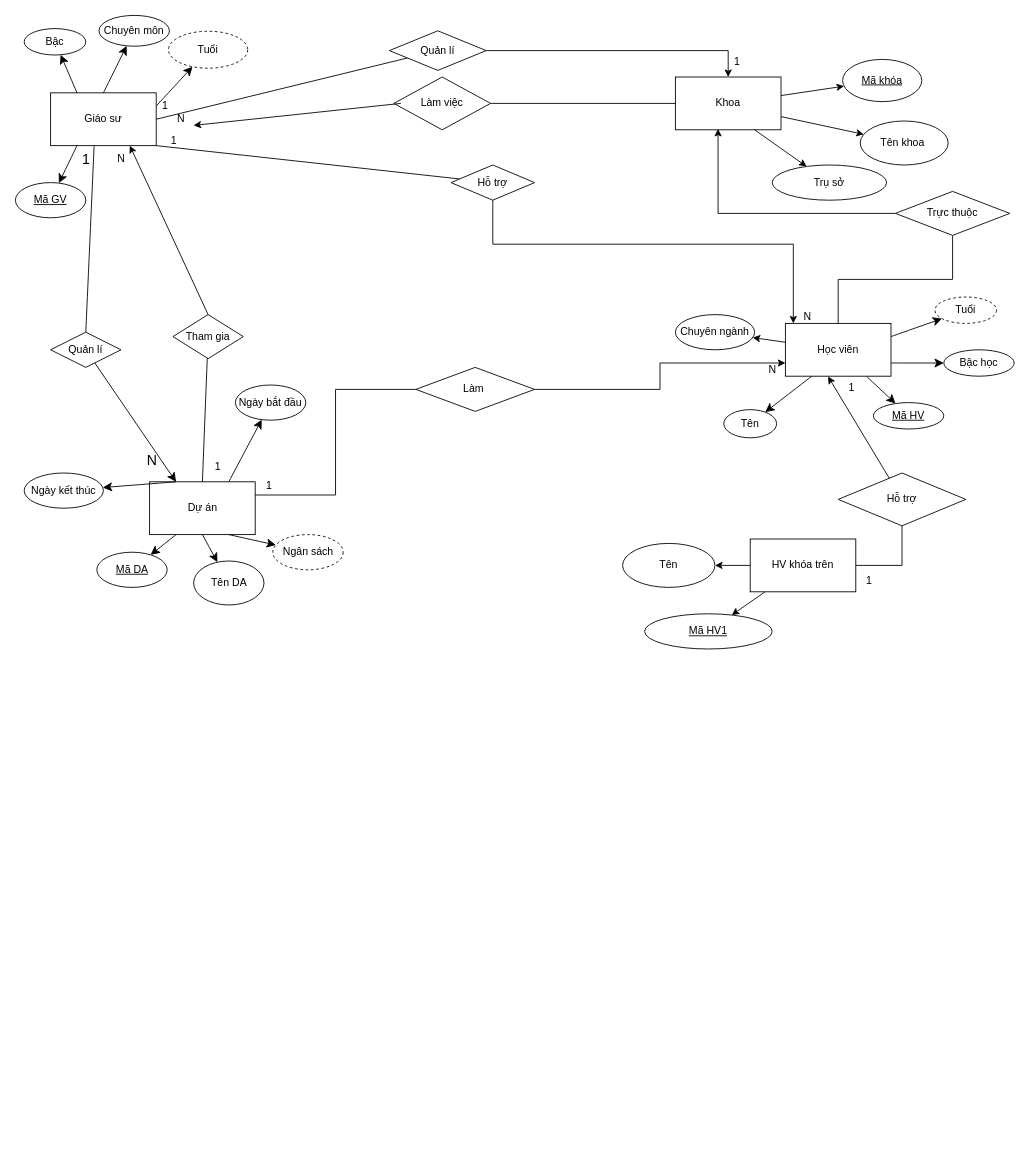
This is Biểu đồ không có tiêu đề.drawio from nqminh11605/hine16.github.io, a draw.io file, before an edit. Source tidied: cells renumbered, new cells numbered last; positions are measured from the earlier drawing's top-left corner, leaving out a move shared by most shapes. Both pictures are drawn from the tidied source at 88%, with x=0, y=0 at pixel (15, 15).
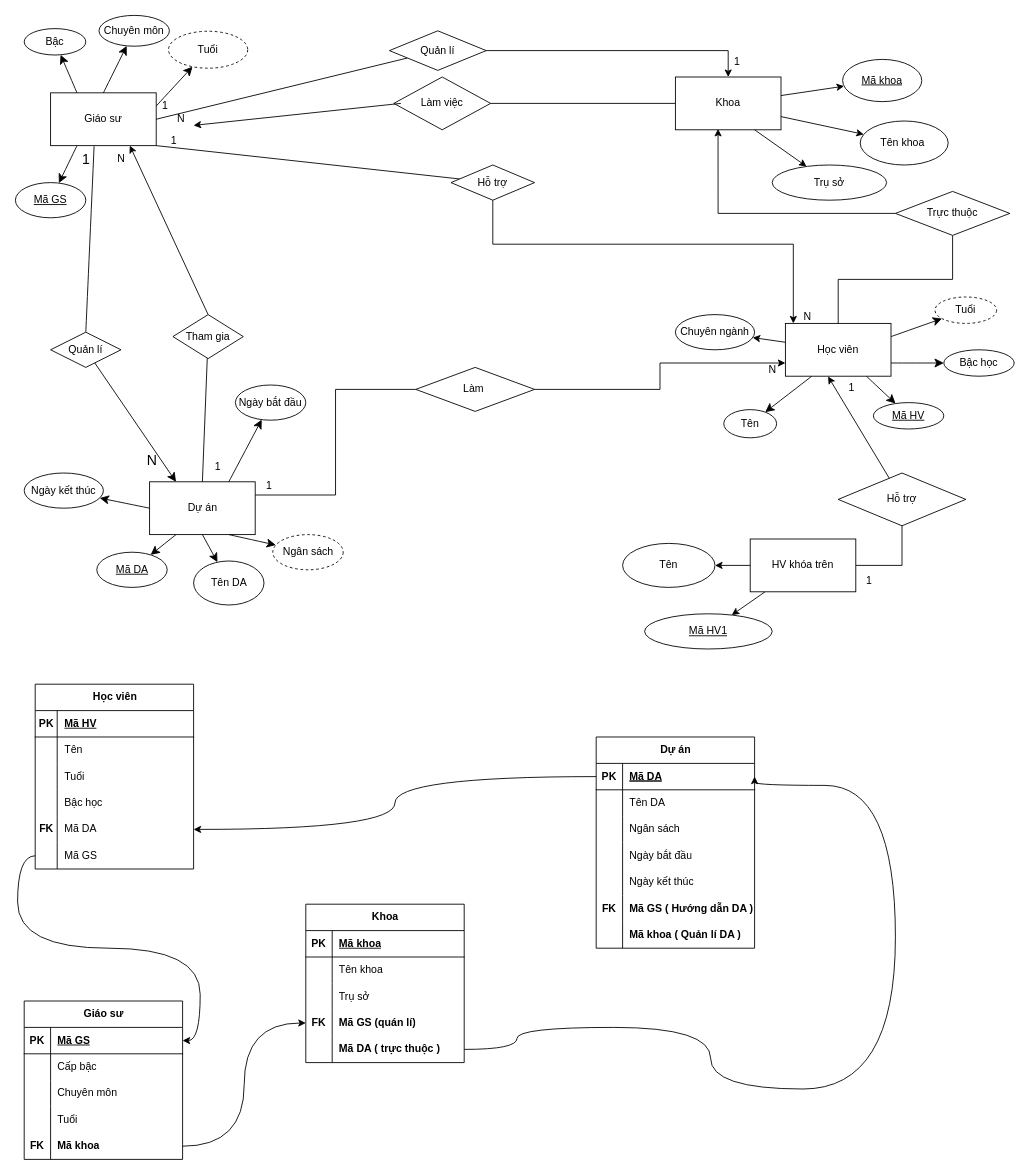
After the change.

Commit message:
Cập nhật Biểu đồ không có tiêu đề.drawio

The change refers to these unchanged cells:
```xml
<mxCell id="2" value="Dự án" style="rounded=0;whiteSpace=wrap;html=1;" parent="1" vertex="1">
  <mxGeometry x="152.5" y="530" width="120" height="60" as="geometry" />
</mxCell>
<mxCell id="12" value="Ngày kết thúc" style="ellipse;whiteSpace=wrap;html=1;" parent="1" vertex="1">
  <mxGeometry x="10" y="520" width="90" height="40" as="geometry" />
</mxCell>
```

Change to the diagram source:
```diff
@@
-    <mxCell id="11" style="endArrow=classic;html=1;rounded=0;fontSize=12;startSize=8;endSize=8;curved=1;exitX=0.25;exitY=0;exitDx=0;exitDy=0;" parent="1" edge="1" source="2" target="12">
+    <mxCell id="11" style="endArrow=classic;html=1;rounded=0;fontSize=12;startSize=8;endSize=8;curved=1;exitX=0;exitY=0.5;exitDx=0;exitDy=0;" parent="1" edge="1" source="2" target="12">
       <mxGeometry relative="1" as="geometry" />
     </mxCell>
@@
-    <mxCell id="15" value="&lt;u&gt;Mã GV&lt;/u&gt;" style="ellipse;whiteSpace=wrap;html=1;" parent="1" vertex="1">
+    <mxCell id="15" value="&lt;u&gt;Mã GS&lt;/u&gt;" style="ellipse;whiteSpace=wrap;html=1;" parent="1" vertex="1">
       <mxGeometry y="190" width="80" height="40" as="geometry" />
     </mxCell>
@@
-    <mxCell id="42" value="&lt;u&gt;Mã khóa&lt;/u&gt;" style="ellipse;whiteSpace=wrap;html=1;rounded=0;" parent="1" vertex="1">
+    <mxCell id="42" value="&lt;u&gt;Mã khoa&lt;/u&gt;" style="ellipse;whiteSpace=wrap;html=1;rounded=0;" parent="1" vertex="1">
       <mxGeometry x="940" y="50" width="90" height="48" as="geometry" />
     </mxCell>
@@
+    <mxCell id="82" value="Học viên" style="shape=table;startSize=30;childLayout=tableLayout;rowLines=0;fontStyle=1;align=center;html=1;" parent="1" vertex="1">
+      <mxGeometry x="22.5" y="760" width="180" height="210" as="geometry" />
+    </mxCell>
+    <mxCell id="83" style="shape=tableRow;horizontal=0;startSize=0;swimlaneHead=0;swimlaneBody=0;fillColor=none;top=0;left=0;right=0;bottom=1;" parent="82" vertex="1">
+      <mxGeometry y="30" width="180" height="30" as="geometry" />
+    </mxCell>
+    <mxCell id="84" value="PK" style="shape=partialRectangle;fillColor=none;top=0;left=0;bottom=0;right=0;fontStyle=1;overflow=hidden;whiteSpace=wrap;html=1;" parent="83" vertex="1">
+      <mxGeometry width="25" height="30" as="geometry" />
+    </mxCell>
+    <mxCell id="85" value="Mã HV" style="shape=partialRectangle;fillColor=none;top=0;left=0;bottom=0;right=0;align=left;spacingLeft=6;fontStyle=5;overflow=hidden;whiteSpace=wrap;html=1;" parent="83" vertex="1">
+      <mxGeometry x="25" width="155" height="30" as="geometry" />
+    </mxCell>
+    <mxCell id="86" style="shape=tableRow;horizontal=0;startSize=0;swimlaneHead=0;swimlaneBody=0;fillColor=none;top=0;left=0;right=0;bottom=0;" parent="82" vertex="1">
+      <mxGeometry y="60" width="180" height="30" as="geometry" />
+    </mxCell>
+    <mxCell id="87" style="shape=partialRectangle;fillColor=none;top=0;left=0;bottom=0;right=0;overflow=hidden;whiteSpace=wrap;html=1;" parent="86" vertex="1">
+      <mxGeometry width="25" height="30" as="geometry" />
+    </mxCell>
+    <mxCell id="88" value="Tên" style="shape=partialRectangle;fillColor=none;top=0;left=0;bottom=0;right=0;align=left;spacingLeft=6;overflow=hidden;whiteSpace=wrap;html=1;" parent="86" vertex="1">
+      <mxGeometry x="25" width="155" height="30" as="geometry" />
+    </mxCell>
+    <mxCell id="89" style="shape=tableRow;horizontal=0;startSize=0;swimlaneHead=0;swimlaneBody=0;fillColor=none;top=0;left=0;right=0;bottom=0;" parent="82" vertex="1">
+      <mxGeometry y="90" width="180" height="30" as="geometry" />
+    </mxCell>
+    <mxCell id="90" style="shape=partialRectangle;fillColor=none;top=0;left=0;bottom=0;right=0;overflow=hidden;whiteSpace=wrap;html=1;" parent="89" vertex="1">
+      <mxGeometry width="25" height="30" as="geometry" />
+    </mxCell>
+    <mxCell id="91" value="Tuổi" style="shape=partialRectangle;fillColor=none;top=0;left=0;bottom=0;right=0;align=left;spacingLeft=6;overflow=hidden;whiteSpace=wrap;html=1;" parent="89" vertex="1">
+      <mxGeometry x="25" width="155" height="30" as="geometry" />
+    </mxCell>
+    <mxCell id="92" style="shape=tableRow;horizontal=0;startSize=0;swimlaneHead=0;swimlaneBody=0;fillColor=none;top=0;left=0;right=0;bottom=0;" parent="82" vertex="1">
+      <mxGeometry y="120" width="180" height="30" as="geometry" />
+    </mxCell>
+    <mxCell id="93" value="&lt;div&gt;&lt;br&gt;&lt;/div&gt;&lt;div&gt;&lt;br&gt;&lt;/div&gt;" style="shape=partialRectangle;fillColor=none;top=0;left=0;bottom=0;right=0;overflow=hidden;whiteSpace=wrap;html=1;" parent="92" vertex="1">
+      <mxGeometry width="25" height="30" as="geometry" />
+    </mxCell>
+    <mxCell id="94" value="Bậc học" style="shape=partialRectangle;fillColor=none;top=0;left=0;bottom=0;right=0;align=left;spacingLeft=6;overflow=hidden;whiteSpace=wrap;html=1;" parent="92" vertex="1">
+      <mxGeometry x="25" width="155" height="30" as="geometry" />
+    </mxCell>
+    <mxCell id="95" style="shape=tableRow;horizontal=0;startSize=0;swimlaneHead=0;swimlaneBody=0;fillColor=none;points=[[0,0.5],[1,0.5]];portConstraint=eastwest;top=0;left=0;right=0;bottom=0;" parent="82" vertex="1">
+      <mxGeometry y="150" width="180" height="30" as="geometry" />
+    </mxCell>
+    <mxCell id="96" value="&lt;b&gt;FK&lt;/b&gt;" style="shape=partialRectangle;fillColor=none;top=0;left=0;bottom=0;right=0;overflow=hidden;whiteSpace=wrap;html=1;" parent="95" vertex="1">
+      <mxGeometry width="25" height="30" as="geometry" />
+    </mxCell>
+    <mxCell id="97" value="Mã DA" style="shape=partialRectangle;fillColor=none;top=0;left=0;bottom=0;right=0;align=left;spacingLeft=6;overflow=hidden;whiteSpace=wrap;html=1;" parent="95" vertex="1">
+      <mxGeometry x="25" width="155" height="30" as="geometry" />
+    </mxCell>
+    <mxCell id="98" style="shape=tableRow;horizontal=0;startSize=0;swimlaneHead=0;swimlaneBody=0;fillColor=none;points=[[0,0.5],[1,0.5]];portConstraint=eastwest;top=0;left=0;right=0;bottom=0;" parent="82" vertex="1">
+      <mxGeometry y="180" width="180" height="30" as="geometry" />
+    </mxCell>
+    <mxCell id="99" style="shape=partialRectangle;fillColor=none;top=0;left=0;bottom=0;right=0;overflow=hidden;whiteSpace=wrap;html=1;" parent="98" vertex="1">
+      <mxGeometry width="25" height="30" as="geometry" />
+    </mxCell>
+    <mxCell id="100" value="Mã GS" style="shape=partialRectangle;fillColor=none;top=0;left=0;bottom=0;right=0;align=left;spacingLeft=6;overflow=hidden;whiteSpace=wrap;html=1;" parent="98" vertex="1">
+      <mxGeometry x="25" width="155" height="30" as="geometry" />
+    </mxCell>
+    <mxCell id="101" value="Dự án" style="shape=table;startSize=30;childLayout=tableLayout;rowLines=0;fontStyle=1;align=center;html=1;" parent="1" vertex="1">
+      <mxGeometry x="660" y="820" width="180" height="240" as="geometry" />
+    </mxCell>
+    <mxCell id="102" style="shape=tableRow;horizontal=0;startSize=0;swimlaneHead=0;swimlaneBody=0;fillColor=none;points=[[0,0.5],[1,0.5]];portConstraint=eastwest;top=0;left=0;right=0;bottom=1;" parent="101" vertex="1">
+      <mxGeometry y="30" width="180" height="30" as="geometry" />
+    </mxCell>
+    <mxCell id="103" value="PK" style="shape=partialRectangle;fillColor=none;top=0;left=0;bottom=0;right=0;fontStyle=1;overflow=hidden;whiteSpace=wrap;html=1;" parent="102" vertex="1">
+      <mxGeometry width="30" height="30" as="geometry" />
+    </mxCell>
+    <mxCell id="104" value="&lt;u style=&quot;text-align: center;&quot;&gt;Mã DA&lt;/u&gt;" style="shape=partialRectangle;fillColor=none;top=0;left=0;bottom=0;right=0;align=left;spacingLeft=6;fontStyle=5;overflow=hidden;whiteSpace=wrap;html=1;" parent="102" vertex="1">
+      <mxGeometry x="30" width="150" height="30" as="geometry" />
+    </mxCell>
+    <mxCell id="105" style="shape=tableRow;horizontal=0;startSize=0;swimlaneHead=0;swimlaneBody=0;fillColor=none;top=0;left=0;right=0;bottom=0;" parent="101" vertex="1">
+      <mxGeometry y="60" width="180" height="30" as="geometry" />
+    </mxCell>
+    <mxCell id="106" style="shape=partialRectangle;fillColor=none;top=0;left=0;bottom=0;right=0;overflow=hidden;whiteSpace=wrap;html=1;" parent="105" vertex="1">
+      <mxGeometry width="30" height="30" as="geometry" />
+    </mxCell>
+    <mxCell id="107" value="&lt;span style=&quot;text-align: center;&quot;&gt;Tên DA&lt;/span&gt;" style="shape=partialRectangle;fillColor=none;top=0;left=0;bottom=0;right=0;align=left;spacingLeft=6;overflow=hidden;whiteSpace=wrap;html=1;" parent="105" vertex="1">
+      <mxGeometry x="30" width="150" height="30" as="geometry" />
+    </mxCell>
+    <mxCell id="108" style="shape=tableRow;horizontal=0;startSize=0;swimlaneHead=0;swimlaneBody=0;fillColor=none;top=0;left=0;right=0;bottom=0;" parent="101" vertex="1">
+      <mxGeometry y="90" width="180" height="30" as="geometry" />
+    </mxCell>
+    <mxCell id="109" style="shape=partialRectangle;fillColor=none;top=0;left=0;bottom=0;right=0;overflow=hidden;whiteSpace=wrap;html=1;" parent="108" vertex="1">
+      <mxGeometry width="30" height="30" as="geometry" />
+    </mxCell>
+    <mxCell id="110" value="&lt;span style=&quot;text-align: center;&quot;&gt;Ngân sách&lt;/span&gt;" style="shape=partialRectangle;fillColor=none;top=0;left=0;bottom=0;right=0;align=left;spacingLeft=6;overflow=hidden;whiteSpace=wrap;html=1;" parent="108" vertex="1">
+      <mxGeometry x="30" width="150" height="30" as="geometry" />
+    </mxCell>
+    <mxCell id="111" style="shape=tableRow;horizontal=0;startSize=0;swimlaneHead=0;swimlaneBody=0;fillColor=none;top=0;left=0;right=0;bottom=0;" parent="101" vertex="1">
+      <mxGeometry y="120" width="180" height="30" as="geometry" />
+    </mxCell>
+    <mxCell id="112" style="shape=partialRectangle;fillColor=none;top=0;left=0;bottom=0;right=0;overflow=hidden;whiteSpace=wrap;html=1;" parent="111" vertex="1">
+      <mxGeometry width="30" height="30" as="geometry" />
+    </mxCell>
+    <mxCell id="113" value="&lt;span style=&quot;text-align: center;&quot;&gt;Ngày bắt đầu&lt;/span&gt;" style="shape=partialRectangle;fillColor=none;top=0;left=0;bottom=0;right=0;align=left;spacingLeft=6;overflow=hidden;whiteSpace=wrap;html=1;" parent="111" vertex="1">
+      <mxGeometry x="30" width="150" height="30" as="geometry" />
+    </mxCell>
+    <mxCell id="114" style="shape=tableRow;horizontal=0;startSize=0;swimlaneHead=0;swimlaneBody=0;fillColor=none;top=0;left=0;right=0;bottom=0;" parent="101" vertex="1">
+      <mxGeometry y="150" width="180" height="30" as="geometry" />
+    </mxCell>
+    <mxCell id="115" style="shape=partialRectangle;fillColor=none;top=0;left=0;bottom=0;right=0;overflow=hidden;whiteSpace=wrap;html=1;" parent="114" vertex="1">
+      <mxGeometry width="30" height="30" as="geometry" />
+    </mxCell>
+    <mxCell id="116" value="&lt;div style=&quot;text-align: center;&quot;&gt;Ngày kết thúc&lt;/div&gt;" style="shape=partialRectangle;fillColor=none;top=0;left=0;bottom=0;right=0;align=left;spacingLeft=6;overflow=hidden;whiteSpace=wrap;html=1;" parent="114" vertex="1">
+      <mxGeometry x="30" width="150" height="30" as="geometry" />
+    </mxCell>
+    <mxCell id="117" style="shape=tableRow;horizontal=0;startSize=0;swimlaneHead=0;swimlaneBody=0;fillColor=none;top=0;left=0;right=0;bottom=0;" parent="101" vertex="1">
+      <mxGeometry y="180" width="180" height="30" as="geometry" />
+    </mxCell>
+    <mxCell id="118" value="&lt;b&gt;FK&lt;/b&gt;" style="shape=partialRectangle;fillColor=none;top=0;left=0;bottom=0;right=0;overflow=hidden;whiteSpace=wrap;html=1;" parent="117" vertex="1">
+      <mxGeometry width="30" height="30" as="geometry" />
+    </mxCell>
+    <mxCell id="119" value="&lt;div style=&quot;text-align: center;&quot;&gt;&lt;b&gt;Mã GS ( Hướng dẫn DA )&lt;/b&gt;&lt;/div&gt;" style="shape=partialRectangle;fillColor=none;top=0;left=0;bottom=0;right=0;align=left;spacingLeft=6;overflow=hidden;whiteSpace=wrap;html=1;" parent="117" vertex="1">
+      <mxGeometry x="30" width="150" height="30" as="geometry" />
+    </mxCell>
+    <mxCell id="120" style="shape=tableRow;horizontal=0;startSize=0;swimlaneHead=0;swimlaneBody=0;fillColor=none;top=0;left=0;right=0;bottom=0;" parent="101" vertex="1">
+      <mxGeometry y="210" width="180" height="30" as="geometry" />
+    </mxCell>
+    <mxCell id="121" style="shape=partialRectangle;fillColor=none;top=0;left=0;bottom=0;right=0;overflow=hidden;whiteSpace=wrap;html=1;" parent="120" vertex="1">
+      <mxGeometry width="30" height="30" as="geometry" />
+    </mxCell>
+    <mxCell id="122" value="&lt;div style=&quot;text-align: center;&quot;&gt;&lt;b&gt;Mã khoa ( Quản lí DA )&lt;/b&gt;&lt;/div&gt;" style="shape=partialRectangle;fillColor=none;top=0;left=0;bottom=0;right=0;align=left;spacingLeft=6;overflow=hidden;whiteSpace=wrap;html=1;" parent="120" vertex="1">
+      <mxGeometry x="30" width="150" height="30" as="geometry" />
+    </mxCell>
+    <mxCell id="123" style="edgeStyle=orthogonalEdgeStyle;rounded=0;jettySize=auto;html=1;curved=1;exitX=0;exitY=0.5;exitDx=0;exitDy=0;" parent="1" edge="1" source="102" target="95">
+      <mxGeometry relative="1" as="geometry" />
+    </mxCell>
+    <mxCell id="124" value="Giáo sư" style="shape=table;startSize=30;childLayout=tableLayout;rowLines=0;fontStyle=1;align=center;html=1;" parent="1" vertex="1">
+      <mxGeometry x="10" y="1120" width="180" height="180" as="geometry" />
+    </mxCell>
+    <mxCell id="125" style="shape=tableRow;horizontal=0;startSize=0;swimlaneHead=0;swimlaneBody=0;fillColor=none;points=[[0,0.5],[1,0.5]];portConstraint=eastwest;top=0;left=0;right=0;bottom=1;" parent="124" vertex="1">
+      <mxGeometry y="30" width="180" height="30" as="geometry" />
+    </mxCell>
+    <mxCell id="126" value="PK" style="shape=partialRectangle;fillColor=none;top=0;left=0;bottom=0;right=0;fontStyle=1;overflow=hidden;whiteSpace=wrap;html=1;" parent="125" vertex="1">
+      <mxGeometry width="30" height="30" as="geometry" />
+    </mxCell>
+    <mxCell id="127" value="Mã GS" style="shape=partialRectangle;fillColor=none;top=0;left=0;bottom=0;right=0;align=left;spacingLeft=6;fontStyle=5;overflow=hidden;whiteSpace=wrap;html=1;" parent="125" vertex="1">
+      <mxGeometry x="30" width="150" height="30" as="geometry" />
+    </mxCell>
+    <mxCell id="128" style="shape=tableRow;horizontal=0;startSize=0;swimlaneHead=0;swimlaneBody=0;fillColor=none;top=0;left=0;right=0;bottom=0;" parent="124" vertex="1">
+      <mxGeometry y="60" width="180" height="30" as="geometry" />
+    </mxCell>
+    <mxCell id="129" style="shape=partialRectangle;fillColor=none;top=0;left=0;bottom=0;right=0;overflow=hidden;whiteSpace=wrap;html=1;" parent="128" vertex="1">
+      <mxGeometry width="30" height="30" as="geometry" />
+    </mxCell>
+    <mxCell id="130" value="Cấp bậc" style="shape=partialRectangle;fillColor=none;top=0;left=0;bottom=0;right=0;align=left;spacingLeft=6;overflow=hidden;whiteSpace=wrap;html=1;" parent="128" vertex="1">
+      <mxGeometry x="30" width="150" height="30" as="geometry" />
+    </mxCell>
+    <mxCell id="131" style="shape=tableRow;horizontal=0;startSize=0;swimlaneHead=0;swimlaneBody=0;fillColor=none;top=0;left=0;right=0;bottom=0;" parent="124" vertex="1">
+      <mxGeometry y="90" width="180" height="30" as="geometry" />
+    </mxCell>
+    <mxCell id="132" style="shape=partialRectangle;fillColor=none;top=0;left=0;bottom=0;right=0;overflow=hidden;whiteSpace=wrap;html=1;" parent="131" vertex="1">
+      <mxGeometry width="30" height="30" as="geometry" />
+    </mxCell>
+    <mxCell id="133" value="Chuyên môn" style="shape=partialRectangle;fillColor=none;top=0;left=0;bottom=0;right=0;align=left;spacingLeft=6;overflow=hidden;whiteSpace=wrap;html=1;" parent="131" vertex="1">
+      <mxGeometry x="30" width="150" height="30" as="geometry" />
+    </mxCell>
+    <mxCell id="134" style="shape=tableRow;horizontal=0;startSize=0;swimlaneHead=0;swimlaneBody=0;fillColor=none;top=0;left=0;right=0;bottom=0;" parent="124" vertex="1">
+      <mxGeometry y="120" width="180" height="30" as="geometry" />
+    </mxCell>
+    <mxCell id="135" style="shape=partialRectangle;fillColor=none;top=0;left=0;bottom=0;right=0;overflow=hidden;whiteSpace=wrap;html=1;" parent="134" vertex="1">
+      <mxGeometry width="30" height="30" as="geometry" />
+    </mxCell>
+    <mxCell id="136" value="Tuổi" style="shape=partialRectangle;fillColor=none;top=0;left=0;bottom=0;right=0;align=left;spacingLeft=6;overflow=hidden;whiteSpace=wrap;html=1;" parent="134" vertex="1">
+      <mxGeometry x="30" width="150" height="30" as="geometry" />
+    </mxCell>
+    <mxCell id="137" style="shape=tableRow;horizontal=0;startSize=0;swimlaneHead=0;swimlaneBody=0;fillColor=none;points=[[0,0.5],[1,0.5]];portConstraint=eastwest;top=0;left=0;right=0;bottom=0;" parent="124" vertex="1">
+      <mxGeometry y="150" width="180" height="30" as="geometry" />
+    </mxCell>
+    <mxCell id="138" value="&lt;b&gt;FK&lt;/b&gt;" style="shape=partialRectangle;fillColor=none;top=0;left=0;bottom=0;right=0;overflow=hidden;whiteSpace=wrap;html=1;" parent="137" vertex="1">
+      <mxGeometry width="30" height="30" as="geometry" />
+    </mxCell>
+    <mxCell id="139" value="&lt;b&gt;Mã khoa&lt;/b&gt;" style="shape=partialRectangle;fillColor=none;top=0;left=0;bottom=0;right=0;align=left;spacingLeft=6;overflow=hidden;whiteSpace=wrap;html=1;" parent="137" vertex="1">
+      <mxGeometry x="30" width="150" height="30" as="geometry" />
+    </mxCell>
+    <mxCell id="140" style="edgeStyle=orthogonalEdgeStyle;rounded=0;jettySize=auto;html=1;curved=1;" parent="1" edge="1" source="98" target="125">
+      <mxGeometry relative="1" as="geometry" />
+    </mxCell>
+    <mxCell id="141" value="Khoa" style="shape=table;startSize=30;childLayout=tableLayout;rowLines=0;fontStyle=1;align=center;html=1;" parent="1" vertex="1">
+      <mxGeometry x="330" y="1010" width="180" height="180" as="geometry" />
+    </mxCell>
+    <mxCell id="142" style="shape=tableRow;horizontal=0;startSize=0;swimlaneHead=0;swimlaneBody=0;fillColor=none;top=0;left=0;right=0;bottom=1;" parent="141" vertex="1">
+      <mxGeometry y="30" width="180" height="30" as="geometry" />
+    </mxCell>
+    <mxCell id="143" value="PK" style="shape=partialRectangle;fillColor=none;top=0;left=0;bottom=0;right=0;fontStyle=1;overflow=hidden;whiteSpace=wrap;html=1;" parent="142" vertex="1">
+      <mxGeometry width="30" height="30" as="geometry" />
+    </mxCell>
+    <mxCell id="144" value="Mã khoa" style="shape=partialRectangle;fillColor=none;top=0;left=0;bottom=0;right=0;align=left;spacingLeft=6;fontStyle=5;overflow=hidden;whiteSpace=wrap;html=1;" parent="142" vertex="1">
+      <mxGeometry x="30" width="150" height="30" as="geometry" />
+    </mxCell>
+    <mxCell id="145" style="shape=tableRow;horizontal=0;startSize=0;swimlaneHead=0;swimlaneBody=0;fillColor=none;top=0;left=0;right=0;bottom=0;" parent="141" vertex="1">
+      <mxGeometry y="60" width="180" height="30" as="geometry" />
+    </mxCell>
+    <mxCell id="146" style="shape=partialRectangle;fillColor=none;top=0;left=0;bottom=0;right=0;overflow=hidden;whiteSpace=wrap;html=1;" parent="145" vertex="1">
+      <mxGeometry width="30" height="30" as="geometry" />
+    </mxCell>
+    <mxCell id="147" value="Tên khoa" style="shape=partialRectangle;fillColor=none;top=0;left=0;bottom=0;right=0;align=left;spacingLeft=6;overflow=hidden;whiteSpace=wrap;html=1;" parent="145" vertex="1">
+      <mxGeometry x="30" width="150" height="30" as="geometry" />
+    </mxCell>
+    <mxCell id="148" style="shape=tableRow;horizontal=0;startSize=0;swimlaneHead=0;swimlaneBody=0;fillColor=none;top=0;left=0;right=0;bottom=0;" parent="141" vertex="1">
+      <mxGeometry y="90" width="180" height="30" as="geometry" />
+    </mxCell>
+    <mxCell id="149" style="shape=partialRectangle;fillColor=none;top=0;left=0;bottom=0;right=0;overflow=hidden;whiteSpace=wrap;html=1;" parent="148" vertex="1">
+      <mxGeometry width="30" height="30" as="geometry" />
+    </mxCell>
+    <mxCell id="150" value="Trụ sở" style="shape=partialRectangle;fillColor=none;top=0;left=0;bottom=0;right=0;align=left;spacingLeft=6;overflow=hidden;whiteSpace=wrap;html=1;" parent="148" vertex="1">
+      <mxGeometry x="30" width="150" height="30" as="geometry" />
+    </mxCell>
+    <mxCell id="151" style="shape=tableRow;horizontal=0;startSize=0;swimlaneHead=0;swimlaneBody=0;fillColor=none;points=[[0,0.5],[1,0.5]];portConstraint=eastwest;top=0;left=0;right=0;bottom=0;" parent="141" vertex="1">
+      <mxGeometry y="120" width="180" height="30" as="geometry" />
+    </mxCell>
+    <mxCell id="152" value="&lt;b&gt;FK&lt;/b&gt;" style="shape=partialRectangle;fillColor=none;top=0;left=0;bottom=0;right=0;overflow=hidden;whiteSpace=wrap;html=1;" parent="151" vertex="1">
+      <mxGeometry width="30" height="30" as="geometry" />
+    </mxCell>
+    <mxCell id="153" value="&lt;b&gt;Mã GS (quán lí)&lt;/b&gt;" style="shape=partialRectangle;fillColor=none;top=0;left=0;bottom=0;right=0;align=left;spacingLeft=6;overflow=hidden;whiteSpace=wrap;html=1;" parent="151" vertex="1">
+      <mxGeometry x="30" width="150" height="30" as="geometry" />
+    </mxCell>
+    <mxCell id="154" style="shape=tableRow;horizontal=0;startSize=0;swimlaneHead=0;swimlaneBody=0;fillColor=none;points=[[0,0.5],[1,0.5]];portConstraint=eastwest;top=0;left=0;right=0;bottom=0;" parent="141" vertex="1">
+      <mxGeometry y="150" width="180" height="30" as="geometry" />
+    </mxCell>
+    <mxCell id="155" style="shape=partialRectangle;fillColor=none;top=0;left=0;bottom=0;right=0;overflow=hidden;whiteSpace=wrap;html=1;" parent="154" vertex="1">
+      <mxGeometry width="30" height="30" as="geometry" />
+    </mxCell>
+    <mxCell id="156" value="&lt;b&gt;Mã DA ( trực thuộc )&lt;/b&gt;" style="shape=partialRectangle;fillColor=none;top=0;left=0;bottom=0;right=0;align=left;spacingLeft=6;overflow=hidden;whiteSpace=wrap;html=1;" parent="154" vertex="1">
+      <mxGeometry x="30" width="150" height="30" as="geometry" />
+    </mxCell>
+    <mxCell id="157" style="edgeStyle=orthogonalEdgeStyle;rounded=0;jettySize=auto;html=1;entryX=0;entryY=0.5;entryDx=0;entryDy=0;curved=1;" parent="1" edge="1" source="137" target="151">
+      <mxGeometry relative="1" as="geometry" />
+    </mxCell>
+    <mxCell id="158" style="edgeStyle=orthogonalEdgeStyle;rounded=0;jettySize=auto;html=1;entryX=1;entryY=0.5;entryDx=0;entryDy=0;curved=1;exitX=1;exitY=0.5;exitDx=0;exitDy=0;" parent="1" edge="1" source="154" target="102">
+      <mxGeometry relative="1" as="geometry">
+        <Array as="points">
+          <mxPoint x="570" y="1150" />
+          <mxPoint x="790" y="1150" />
+          <mxPoint x="790" y="1220" />
+          <mxPoint x="1000" y="1220" />
+          <mxPoint x="1000" y="875" />
+          <mxPoint x="840" y="875" />
+        </Array>
+      </mxGeometry>
+    </mxCell>
```
